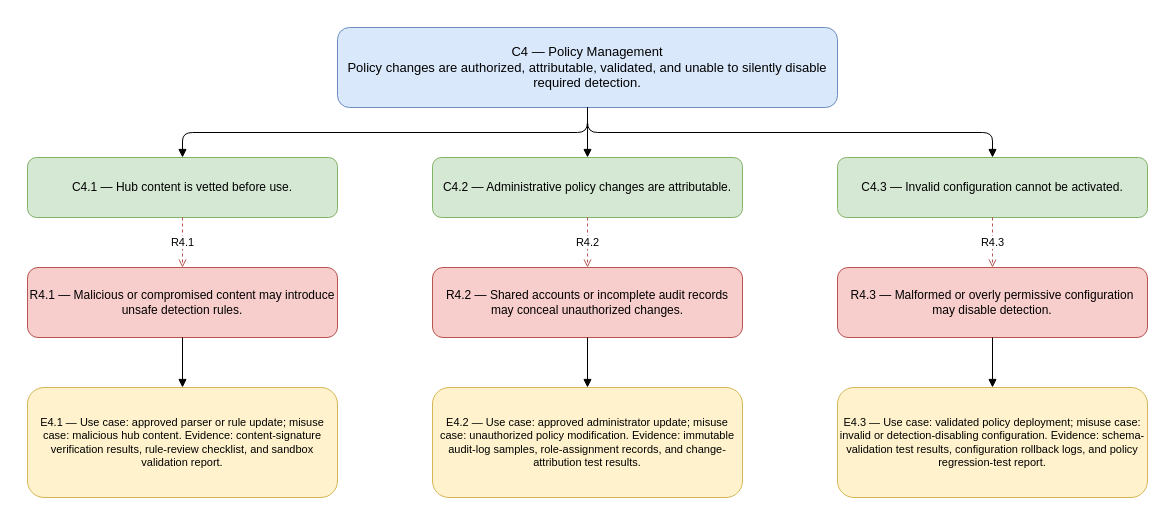
This is page "C4 Policy Management" (4 of 5) of resources/static/assurane-claims/top-level-claims-subclaims-rebuttals-evidence-v1.drawio from HapticLazier2/CSCI-8420-Group-2, a draw.io file, before an edit. Source tidied: cells renumbered, new cells numbered last; positions are measured from the earlier drawing's top-left corner, leaving out a move shared by most shapes. Both pictures are drawn from the tidied source at 100%, with x=0, y=0 at pixel (27, 27).
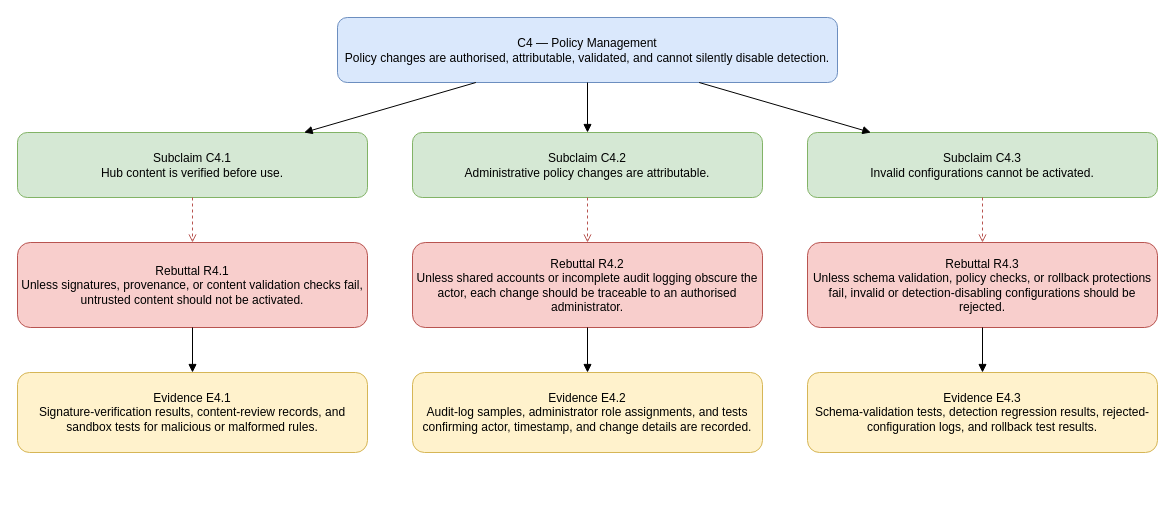
Above is the later version.

Commit message (it also covers changes not shown here):
Modified the rebuttals to ensure the 'Unless' word exists

Change to the diagram source:
```diff
@@
-    <mxCell id="2" value="C4 — Policy Management&#10;Policy changes are authorized, attributable, validated, and unable to silently disable required detection." style="rounded=1;whiteSpace=wrap;html=1;fillColor=#dae8fc;strokeColor=#6c8ebf;fontSize=13;" parent="1" vertex="1">
-      <mxGeometry x="310" width="500" height="80" as="geometry" />
+    <mxCell id="2" value="C4 — Policy Management&#10;Policy changes are authorised, attributable, validated, and cannot silently disable detection." style="rounded=1;whiteSpace=wrap;html=1;fillColor=#dae8fc;strokeColor=#6c8ebf;" parent="1" vertex="1">
+      <mxGeometry x="310" y="-10" width="500" height="65" as="geometry" />
     </mxCell>
-    <mxCell id="3" value="C4.1 — Hub content is vetted before use." style="rounded=1;whiteSpace=wrap;html=1;fillColor=#d5e8d4;strokeColor=#82b366;" parent="1" vertex="1">
-      <mxGeometry y="130" width="310" height="60" as="geometry" />
-    </mxCell>
+    <mxCell id="21" value="Subclaim C4.1&#10;Hub content is verified before use." style="rounded=1;whiteSpace=wrap;html=1;fillColor=#d5e8d4;strokeColor=#82b366;" parent="1" vertex="1">
+      <mxGeometry x="-10" y="105" width="350" height="65" as="geometry" />
+    </mxCell>
-    <mxCell id="4" value="R4.1 — Malicious or compromised content may introduce unsafe detection rules." style="rounded=1;whiteSpace=wrap;html=1;fillColor=#f8cecc;strokeColor=#b85450;" parent="1" vertex="1">
-      <mxGeometry y="240" width="310" height="70" as="geometry" />
+    <mxCell id="4" value="Rebuttal R4.1&#10;Unless signatures, provenance, or content validation checks fail, untrusted content should not be activated." style="rounded=1;whiteSpace=wrap;html=1;fillColor=#f8cecc;strokeColor=#b85450;" parent="1" vertex="1">
+      <mxGeometry x="-10" y="215" width="350" height="85" as="geometry" />
     </mxCell>
-    <mxCell id="5" value="E4.1 — Use case: approved parser or rule update; misuse case: malicious hub content. Evidence: content-signature verification results, rule-review checklist, and sandbox validation report." style="rounded=1;whiteSpace=wrap;html=1;fillColor=#fff2cc;strokeColor=#d6b656;fontSize=11;" parent="1" vertex="1">
-      <mxGeometry y="360" width="310" height="110" as="geometry" />
+    <mxCell id="5" value="Evidence E4.1&#10;Signature-verification results, content-review records, and sandbox tests for malicious or malformed rules." style="rounded=1;whiteSpace=wrap;html=1;fillColor=#fff2cc;strokeColor=#d6b656;" parent="1" vertex="1">
+      <mxGeometry x="-10" y="345" width="350" height="80" as="geometry" />
     </mxCell>
-    <mxCell id="6" value="C4.2 — Administrative policy changes are attributable." style="rounded=1;whiteSpace=wrap;html=1;fillColor=#d5e8d4;strokeColor=#82b366;" parent="1" vertex="1">
-      <mxGeometry x="405" y="130" width="310" height="60" as="geometry" />
-    </mxCell>
+    <mxCell id="22" value="Subclaim C4.2&#10;Administrative policy changes are attributable." style="rounded=1;whiteSpace=wrap;html=1;fillColor=#d5e8d4;strokeColor=#82b366;" parent="1" vertex="1">
+      <mxGeometry x="385" y="105" width="350" height="65" as="geometry" />
+    </mxCell>
-    <mxCell id="7" value="R4.2 — Shared accounts or incomplete audit records may conceal unauthorized changes." style="rounded=1;whiteSpace=wrap;html=1;fillColor=#f8cecc;strokeColor=#b85450;" parent="1" vertex="1">
-      <mxGeometry x="405" y="240" width="310" height="70" as="geometry" />
+    <mxCell id="7" value="Rebuttal R4.2&#10;Unless shared accounts or incomplete audit logging obscure the actor, each change should be traceable to an authorised administrator." style="rounded=1;whiteSpace=wrap;html=1;fillColor=#f8cecc;strokeColor=#b85450;" parent="1" vertex="1">
+      <mxGeometry x="385" y="215" width="350" height="85" as="geometry" />
     </mxCell>
-    <mxCell id="8" value="E4.2 — Use case: approved administrator update; misuse case: unauthorized policy modification. Evidence: immutable audit-log samples, role-assignment records, and change-attribution test results." style="rounded=1;whiteSpace=wrap;html=1;fillColor=#fff2cc;strokeColor=#d6b656;fontSize=11;" parent="1" vertex="1">
-      <mxGeometry x="405" y="360" width="310" height="110" as="geometry" />
+    <mxCell id="8" value="Evidence E4.2&#10;Audit-log samples, administrator role assignments, and tests confirming actor, timestamp, and change details are recorded." style="rounded=1;whiteSpace=wrap;html=1;fillColor=#fff2cc;strokeColor=#d6b656;" parent="1" vertex="1">
+      <mxGeometry x="385" y="345" width="350" height="80" as="geometry" />
     </mxCell>
-    <mxCell id="9" value="C4.3 — Invalid configuration cannot be activated." style="rounded=1;whiteSpace=wrap;html=1;fillColor=#d5e8d4;strokeColor=#82b366;" parent="1" vertex="1">
-      <mxGeometry x="810" y="130" width="310" height="60" as="geometry" />
-    </mxCell>
+    <mxCell id="23" value="Subclaim C4.3&#10;Invalid configurations cannot be activated." style="rounded=1;whiteSpace=wrap;html=1;fillColor=#d5e8d4;strokeColor=#82b366;" parent="1" vertex="1">
+      <mxGeometry x="780" y="105" width="350" height="65" as="geometry" />
+    </mxCell>
-    <mxCell id="10" value="R4.3 — Malformed or overly permissive configuration may disable detection." style="rounded=1;whiteSpace=wrap;html=1;fillColor=#f8cecc;strokeColor=#b85450;" parent="1" vertex="1">
-      <mxGeometry x="810" y="240" width="310" height="70" as="geometry" />
+    <mxCell id="10" value="Rebuttal R4.3&#10;Unless schema validation, policy checks, or rollback protections fail, invalid or detection-disabling configurations should be rejected." style="rounded=1;whiteSpace=wrap;html=1;fillColor=#f8cecc;strokeColor=#b85450;" parent="1" vertex="1">
+      <mxGeometry x="780" y="215" width="350" height="85" as="geometry" />
     </mxCell>
-    <mxCell id="11" value="E4.3 — Use case: validated policy deployment; misuse case: invalid or detection-disabling configuration. Evidence: schema-validation test results, configuration rollback logs, and policy regression-test report." style="rounded=1;whiteSpace=wrap;html=1;fillColor=#fff2cc;strokeColor=#d6b656;fontSize=11;" parent="1" vertex="1">
-      <mxGeometry x="810" y="360" width="310" height="110" as="geometry" />
+    <mxCell id="11" value="Evidence E4.3&#10;Schema-validation tests, detection regression results, rejected-configuration logs, and rollback test results." style="rounded=1;whiteSpace=wrap;html=1;fillColor=#fff2cc;strokeColor=#d6b656;" parent="1" vertex="1">
+      <mxGeometry x="780" y="345" width="350" height="80" as="geometry" />
     </mxCell>
-    <mxCell id="12" style="edgeStyle=orthogonalEdgeStyle;endArrow=block;html=1;" parent="1" edge="1" source="2" target="3">
+    <mxCell id="12" style="endArrow=block;html=1;" parent="1" edge="1" source="2" target="21">
       <mxGeometry relative="1" as="geometry" />
     </mxCell>
-    <mxCell id="13" style="edgeStyle=orthogonalEdgeStyle;endArrow=block;html=1;" parent="1" edge="1" source="2" target="6">
+    <mxCell id="13" style="endArrow=block;html=1;" parent="1" edge="1" source="2" target="22">
       <mxGeometry relative="1" as="geometry" />
     </mxCell>
-    <mxCell id="14" style="edgeStyle=orthogonalEdgeStyle;endArrow=block;html=1;" parent="1" edge="1" source="2" target="9">
+    <mxCell id="14" style="endArrow=block;html=1;" parent="1" edge="1" source="2" target="23">
       <mxGeometry relative="1" as="geometry" />
     </mxCell>
-    <mxCell id="15" value="R4.1" style="edgeStyle=orthogonalEdgeStyle;dashed=1;endArrow=open;strokeColor=#b85450;html=1;" parent="1" edge="1" source="3" target="4">
+    <mxCell id="15" style="endArrow=open;dashed=1;strokeColor=#b85450;html=1;" parent="1" edge="1" source="21" target="4">
       <mxGeometry relative="1" as="geometry" />
     </mxCell>
-    <mxCell id="16" value="R4.2" style="edgeStyle=orthogonalEdgeStyle;dashed=1;endArrow=open;strokeColor=#b85450;html=1;" parent="1" edge="1" source="6" target="7">
+    <mxCell id="16" style="endArrow=open;dashed=1;strokeColor=#b85450;html=1;" parent="1" edge="1" source="22" target="7">
       <mxGeometry relative="1" as="geometry" />
     </mxCell>
-    <mxCell id="17" value="R4.3" style="edgeStyle=orthogonalEdgeStyle;dashed=1;endArrow=open;strokeColor=#b85450;html=1;" parent="1" edge="1" source="9" target="10">
+    <mxCell id="17" style="endArrow=open;dashed=1;strokeColor=#b85450;html=1;" parent="1" edge="1" source="23" target="10">
       <mxGeometry relative="1" as="geometry" />
     </mxCell>
-    <mxCell id="18" style="edgeStyle=orthogonalEdgeStyle;endArrow=block;html=1;" parent="1" edge="1" source="4" target="5">
+    <mxCell id="18" style="endArrow=block;html=1;" parent="1" edge="1" source="4" target="5">
       <mxGeometry relative="1" as="geometry" />
     </mxCell>
-    <mxCell id="19" style="edgeStyle=orthogonalEdgeStyle;endArrow=block;html=1;" parent="1" edge="1" source="7" target="8">
+    <mxCell id="19" style="endArrow=block;html=1;" parent="1" edge="1" source="7" target="8">
       <mxGeometry relative="1" as="geometry" />
     </mxCell>
-    <mxCell id="20" style="edgeStyle=orthogonalEdgeStyle;endArrow=block;html=1;" parent="1" edge="1" source="10" target="11">
+    <mxCell id="20" style="endArrow=block;html=1;" parent="1" edge="1" source="10" target="11">
       <mxGeometry relative="1" as="geometry" />
     </mxCell>
```
